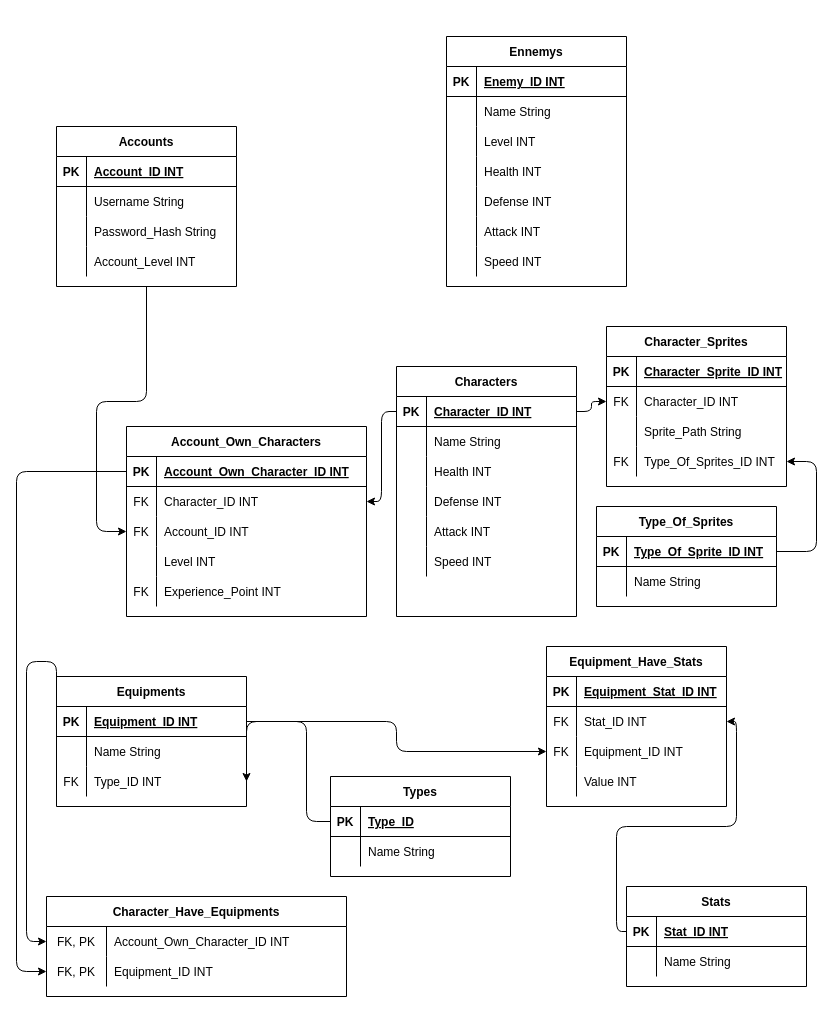
Above: Documentation/MLD.drawio in Nomeos/Code-TimeRewind (draw.io), before the change. Source tidied: cells renumbered, new cells numbered last; positions are measured from the earlier drawing's top-left corner, leaving out a move shared by most shapes. Both pictures are drawn from the tidied source at 100%, with x=0, y=0 at pixel (16, 36).
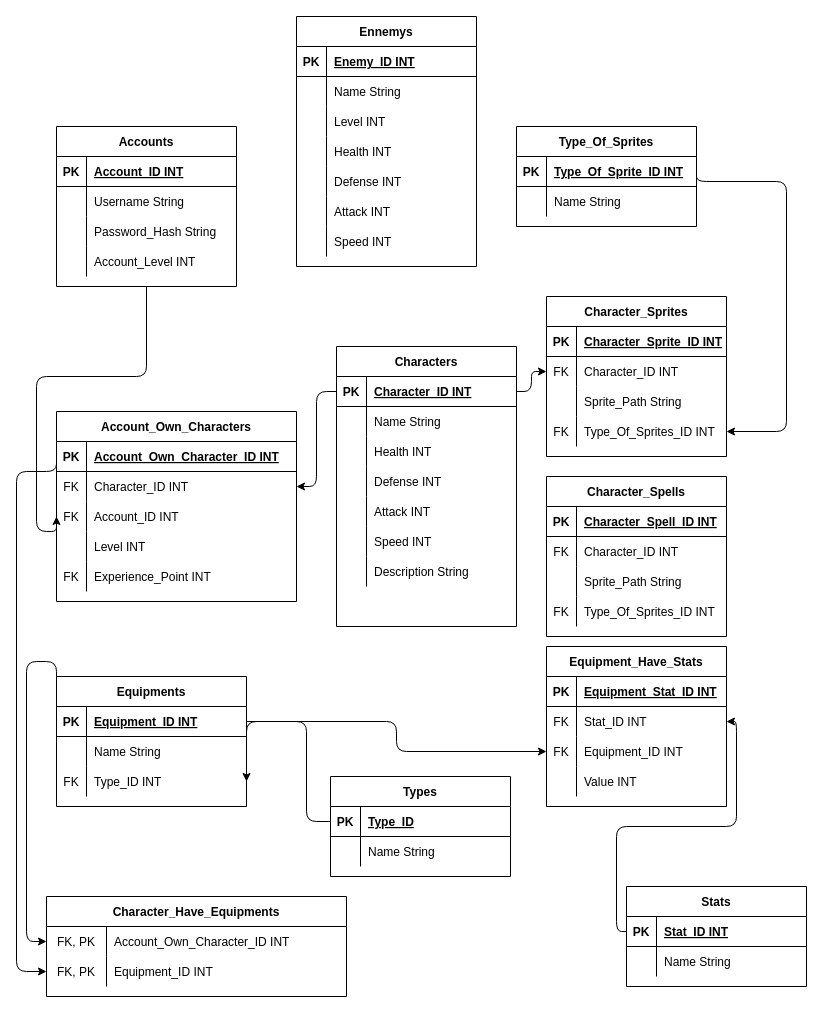
The same page after the edit.

The change refers to these unchanged cells:
```xml
<mxCell id="2" value="Accounts" style="shape=table;startSize=30;childLayout=tableLayout;rowLines=0;fontStyle=1;align=center;" parent="1" vertex="1">
  <mxGeometry x="40" y="90" width="180" height="160" as="geometry" />
</mxCell>
<mxCell id="95" style="shape=partialRectangle;fillColor=none;top=0;left=0;bottom=0;right=0;points=[[0,0.5],[1,0.5]];portConstraint=eastwest;" parent="88" vertex="1">
  <mxGeometry y="90" width="240" height="30" as="geometry" />
</mxCell>
<mxCell id="133" style="shape=partialRectangle;fillColor=none;top=0;left=0;bottom=0;right=0;points=[[0,0.5],[1,0.5]];portConstraint=eastwest;" parent="123" vertex="1">
  <mxGeometry y="120" width="180" height="30" as="geometry" />
</mxCell>
<mxCell id="138" style="shape=partialRectangle;fillColor=none;top=0;left=0;bottom=1;right=0;points=[[0,0.5],[1,0.5]];portConstraint=eastwest;" parent="137" vertex="1">
  <mxGeometry y="30" width="180" height="30" as="geometry" />
</mxCell>
```

What changed in the source:
```diff
@@
     <mxCell id="15" value="Characters" style="shape=table;startSize=30;childLayout=tableLayout;rowLines=0;fontStyle=1;align=center;" parent="1" vertex="1">
-      <mxGeometry x="380" y="330" width="180" height="250" as="geometry" />
+      <mxGeometry x="320" y="310" width="180" height="280" as="geometry" />
     </mxCell>
@@
+    <mxCell id="145" style="shape=partialRectangle;fillColor=none;top=0;left=0;bottom=0;right=0;" parent="15" vertex="1">
+      <mxGeometry y="210" width="180" height="30" as="geometry" />
+    </mxCell>
+    <mxCell id="146" style="shape=partialRectangle;fillColor=none;top=0;left=0;bottom=0;right=0;fontStyle=0;overflow=hidden;" parent="145" vertex="1">
+      <mxGeometry width="30" height="30" as="geometry" />
+    </mxCell>
+    <mxCell id="147" value="Description String" style="shape=partialRectangle;fillColor=none;top=0;left=0;bottom=0;right=0;align=left;spacingLeft=6;fontStyle=0;overflow=hidden;" parent="145" vertex="1">
+      <mxGeometry x="30" width="150" height="30" as="geometry" />
+    </mxCell>
     <mxCell id="34" value="Ennemys" style="shape=table;startSize=30;childLayout=tableLayout;rowLines=0;fontStyle=1;align=center;" parent="1" vertex="1">
-      <mxGeometry x="430" width="180" height="250" as="geometry" />
+      <mxGeometry x="280" y="-20" width="180" height="250" as="geometry" />
     </mxCell>
@@
     <mxCell id="88" value="Account_Own_Characters" style="shape=table;startSize=30;childLayout=tableLayout;rowLines=0;fontStyle=1;align=center;" parent="1" vertex="1">
-      <mxGeometry x="110" y="390" width="240" height="190" as="geometry" />
+      <mxGeometry x="40" y="375" width="240" height="190" as="geometry" />
     </mxCell>
@@
     <mxCell id="105" style="endArrow=classic;html=1;entryX=0;entryY=0.5;entryDx=0;entryDy=0;exitX=0.5;exitY=1;exitDx=0;exitDy=0;edgeStyle=orthogonalEdgeStyle;" parent="1" edge="1" source="2" target="95">
       <mxGeometry relative="1" as="geometry">
         <Array as="points">
-          <mxPoint x="130" y="365" />
-          <mxPoint x="80" y="365" />
-          <mxPoint x="80" y="495" />
+          <mxPoint x="130" y="340" />
+          <mxPoint x="20" y="340" />
+          <mxPoint x="20" y="495" />
+          <mxPoint x="40" y="495" />
         </Array>
       </mxGeometry>
     </mxCell>
@@
     <mxCell id="123" value="Character_Sprites" style="shape=table;startSize=30;childLayout=tableLayout;rowLines=0;fontStyle=1;align=center;" parent="1" vertex="1">
-      <mxGeometry x="590" y="290" width="180" height="160" as="geometry" />
+      <mxGeometry x="530" y="260" width="180" height="160" as="geometry" />
     </mxCell>
@@
     <mxCell id="137" value="Type_Of_Sprites" style="shape=table;startSize=30;childLayout=tableLayout;rowLines=0;fontStyle=1;align=center;" parent="1" vertex="1">
-      <mxGeometry x="580" y="470" width="180" height="100" as="geometry" />
+      <mxGeometry x="500" y="90" width="180" height="100" as="geometry" />
     </mxCell>
@@
     <mxCell id="144" style="endArrow=classic;html=1;entryX=1;entryY=0.5;entryDx=0;entryDy=0;exitX=1;exitY=0.5;exitDx=0;exitDy=0;edgeStyle=orthogonalEdgeStyle;" parent="1" edge="1" source="138" target="133">
       <mxGeometry relative="1" as="geometry">
         <Array as="points">
-          <mxPoint x="800" y="515" />
-          <mxPoint x="800" y="425" />
+          <mxPoint x="680" y="145" />
+          <mxPoint x="770" y="145" />
+          <mxPoint x="770" y="395" />
         </Array>
       </mxGeometry>
     </mxCell>
+    <mxCell id="148" value="Character_Spells" style="shape=table;startSize=30;childLayout=tableLayout;rowLines=0;fontStyle=1;align=center;" parent="1" vertex="1">
+      <mxGeometry x="530" y="440" width="180" height="160" as="geometry" />
+    </mxCell>
+    <mxCell id="149" style="shape=partialRectangle;fillColor=none;top=0;left=0;bottom=1;right=0;" parent="148" vertex="1">
+      <mxGeometry y="30" width="180" height="30" as="geometry" />
+    </mxCell>
+    <mxCell id="150" value="PK" style="shape=partialRectangle;fillColor=none;top=0;left=0;bottom=0;right=0;fontStyle=1;overflow=hidden;" parent="149" vertex="1">
+      <mxGeometry width="30" height="30" as="geometry" />
+    </mxCell>
+    <mxCell id="151" value="Character_Spell_ID INT" style="shape=partialRectangle;fillColor=none;top=0;left=0;bottom=0;right=0;align=left;spacingLeft=6;fontStyle=5;overflow=hidden;" parent="149" vertex="1">
+      <mxGeometry x="30" width="150" height="30" as="geometry" />
+    </mxCell>
+    <mxCell id="152" style="shape=partialRectangle;fillColor=none;top=0;left=0;bottom=0;right=0;" parent="148" vertex="1">
+      <mxGeometry y="60" width="180" height="30" as="geometry" />
+    </mxCell>
+    <mxCell id="153" value="FK" style="shape=partialRectangle;fillColor=none;top=0;left=0;bottom=0;right=0;overflow=hidden;" parent="152" vertex="1">
+      <mxGeometry width="30" height="30" as="geometry" />
+    </mxCell>
+    <mxCell id="154" value="Character_ID INT" style="shape=partialRectangle;fillColor=none;top=0;left=0;bottom=0;right=0;align=left;spacingLeft=6;overflow=hidden;" parent="152" vertex="1">
+      <mxGeometry x="30" width="150" height="30" as="geometry" />
+    </mxCell>
+    <mxCell id="155" style="shape=partialRectangle;fillColor=none;top=0;left=0;bottom=0;right=0;" parent="148" vertex="1">
+      <mxGeometry y="90" width="180" height="30" as="geometry" />
+    </mxCell>
+    <mxCell id="156" style="shape=partialRectangle;fillColor=none;top=0;left=0;bottom=0;right=0;overflow=hidden;" parent="155" vertex="1">
+      <mxGeometry width="30" height="30" as="geometry" />
+    </mxCell>
+    <mxCell id="157" value="Sprite_Path String" style="shape=partialRectangle;fillColor=none;top=0;left=0;bottom=0;right=0;align=left;spacingLeft=6;overflow=hidden;" parent="155" vertex="1">
+      <mxGeometry x="30" width="150" height="30" as="geometry" />
+    </mxCell>
+    <mxCell id="158" style="shape=partialRectangle;fillColor=none;top=0;left=0;bottom=0;right=0;" parent="148" vertex="1">
+      <mxGeometry y="120" width="180" height="30" as="geometry" />
+    </mxCell>
+    <mxCell id="159" value="FK" style="shape=partialRectangle;fillColor=none;top=0;left=0;bottom=0;right=0;overflow=hidden;" parent="158" vertex="1">
+      <mxGeometry width="30" height="30" as="geometry" />
+    </mxCell>
+    <mxCell id="160" value="Type_Of_Sprites_ID INT" style="shape=partialRectangle;fillColor=none;top=0;left=0;bottom=0;right=0;align=left;spacingLeft=6;overflow=hidden;" parent="158" vertex="1">
+      <mxGeometry x="30" width="150" height="30" as="geometry" />
+    </mxCell>
```
